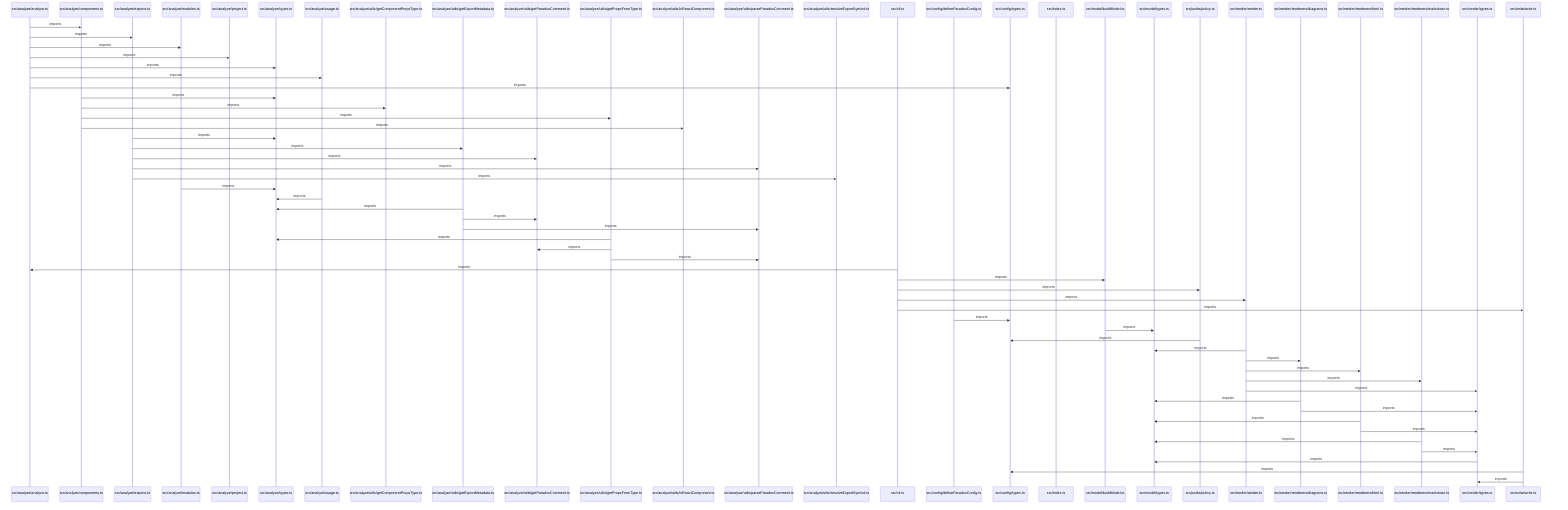
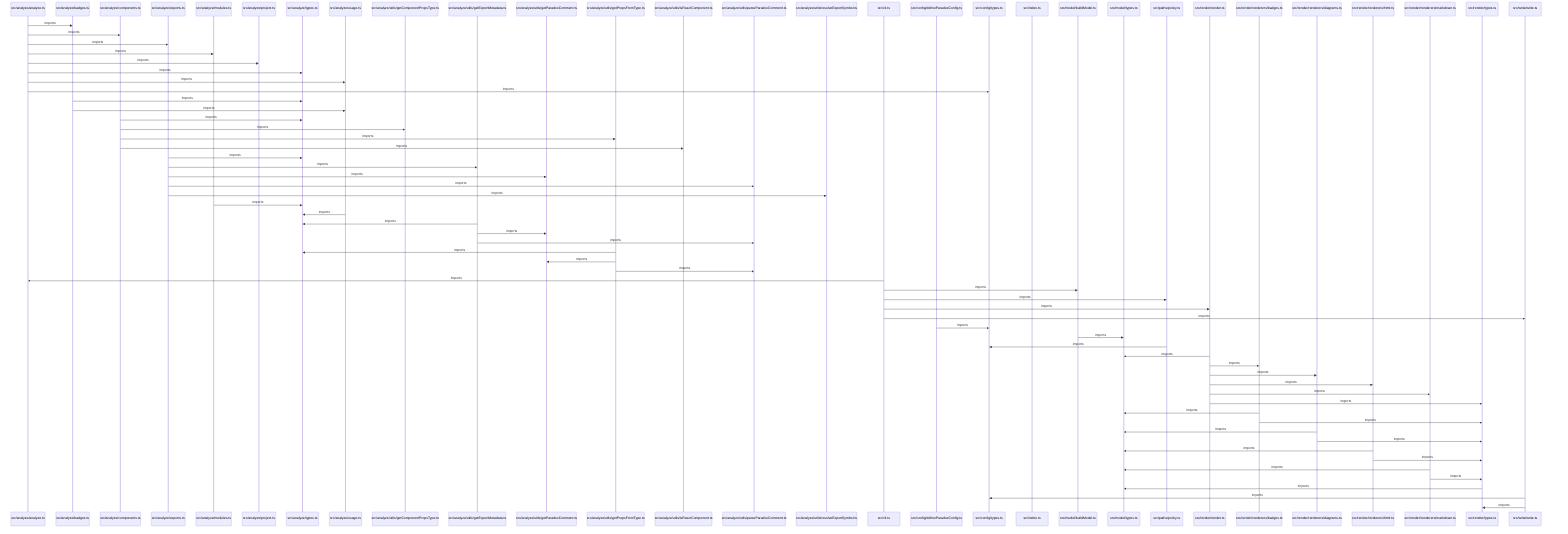
sequenceDiagram
participant participant_src_analyze_analyze_ts as src/analyze/analyze.ts
+ participant participant_src_analyze_badges_ts as src/analyze/badges.ts
participant participant_src_analyze_components_ts as src/analyze/components.ts
participant participant_src_analyze_exports_ts as src/analyze/exports.ts
participant participant_src_analyze_modules_ts as src/analyze/modules.ts
participant participant_src_analyze_project_ts as src/analyze/project.ts
participant participant_src_analyze_types_ts as src/analyze/types.ts
participant participant_src_analyze_usage_ts as src/analyze/usage.ts
participant participant_src_analyze_utils_getComponentPropsType_ts as src/analyze/utils/getComponentPropsType.ts
participant participant_src_analyze_utils_getExportMetadata_ts as src/analyze/utils/getExportMetadata.ts
participant participant_src_analyze_utils_getParadoxComment_ts as src/analyze/utils/getParadoxComment.ts
participant participant_src_analyze_utils_getPropsFromType_ts as src/analyze/utils/getPropsFromType.ts
participant participant_src_analyze_utils_isReactComponent_ts as src/analyze/utils/isReactComponent.ts
participant participant_src_analyze_utils_parseParadoxComment_ts as src/analyze/utils/parseParadoxComment.ts
participant participant_src_analyze_utils_resolveExportSymbol_ts as src/analyze/utils/resolveExportSymbol.ts
participant participant_src_cli_ts as src/cli.ts
participant participant_src_config_defineParadoxConfig_ts as src/config/defineParadoxConfig.ts
participant participant_src_config_types_ts as src/config/types.ts
participant participant_src_index_ts as src/index.ts
participant participant_src_model_buildModel_ts as src/model/buildModel.ts
participant participant_src_model_types_ts as src/model/types.ts
participant participant_src_paths_policy_ts as src/paths/policy.ts
participant participant_src_render_render_ts as src/render/render.ts
+ participant participant_src_render_renderers_badges_ts as src/render/renderers/badges.ts
participant participant_src_render_renderers_diagrams_ts as src/render/renderers/diagrams.ts
participant participant_src_render_renderers_html_ts as src/render/renderers/html.ts
participant participant_src_render_renderers_markdown_ts as src/render/renderers/markdown.ts
participant participant_src_render_types_ts as src/render/types.ts
participant participant_src_write_write_ts as src/write/write.ts
+   participant_src_analyze_analyze_ts->>participant_src_analyze_badges_ts: imports
  participant_src_analyze_analyze_ts->>participant_src_analyze_components_ts: imports
  participant_src_analyze_analyze_ts->>participant_src_analyze_exports_ts: imports
  participant_src_analyze_analyze_ts->>participant_src_analyze_modules_ts: imports
  participant_src_analyze_analyze_ts->>participant_src_analyze_project_ts: imports
  participant_src_analyze_analyze_ts->>participant_src_analyze_types_ts: imports
  participant_src_analyze_analyze_ts->>participant_src_analyze_usage_ts: imports
  participant_src_analyze_analyze_ts->>participant_src_config_types_ts: imports
+   participant_src_analyze_badges_ts->>participant_src_analyze_types_ts: imports
+   participant_src_analyze_badges_ts->>participant_src_analyze_usage_ts: imports
  participant_src_analyze_components_ts->>participant_src_analyze_types_ts: imports
  participant_src_analyze_components_ts->>participant_src_analyze_utils_getComponentPropsType_ts: imports
  participant_src_analyze_components_ts->>participant_src_analyze_utils_getPropsFromType_ts: imports
  participant_src_analyze_components_ts->>participant_src_analyze_utils_isReactComponent_ts: imports
  participant_src_analyze_exports_ts->>participant_src_analyze_types_ts: imports
  participant_src_analyze_exports_ts->>participant_src_analyze_utils_getExportMetadata_ts: imports
  participant_src_analyze_exports_ts->>participant_src_analyze_utils_getParadoxComment_ts: imports
  participant_src_analyze_exports_ts->>participant_src_analyze_utils_parseParadoxComment_ts: imports
  participant_src_analyze_exports_ts->>participant_src_analyze_utils_resolveExportSymbol_ts: imports
  participant_src_analyze_modules_ts->>participant_src_analyze_types_ts: imports
  participant_src_analyze_usage_ts->>participant_src_analyze_types_ts: imports
  participant_src_analyze_utils_getExportMetadata_ts->>participant_src_analyze_types_ts: imports
  participant_src_analyze_utils_getExportMetadata_ts->>participant_src_analyze_utils_getParadoxComment_ts: imports
  participant_src_analyze_utils_getExportMetadata_ts->>participant_src_analyze_utils_parseParadoxComment_ts: imports
  participant_src_analyze_utils_getPropsFromType_ts->>participant_src_analyze_types_ts: imports
  participant_src_analyze_utils_getPropsFromType_ts->>participant_src_analyze_utils_getParadoxComment_ts: imports
  participant_src_analyze_utils_getPropsFromType_ts->>participant_src_analyze_utils_parseParadoxComment_ts: imports
  participant_src_cli_ts->>participant_src_analyze_analyze_ts: imports
  participant_src_cli_ts->>participant_src_model_buildModel_ts: imports
  participant_src_cli_ts->>participant_src_paths_policy_ts: imports
  participant_src_cli_ts->>participant_src_render_render_ts: imports
  participant_src_cli_ts->>participant_src_write_write_ts: imports
  participant_src_config_defineParadoxConfig_ts->>participant_src_config_types_ts: imports
  participant_src_model_buildModel_ts->>participant_src_model_types_ts: imports
  participant_src_paths_policy_ts->>participant_src_config_types_ts: imports
  participant_src_render_render_ts->>participant_src_model_types_ts: imports
+   participant_src_render_render_ts->>participant_src_render_renderers_badges_ts: imports
  participant_src_render_render_ts->>participant_src_render_renderers_diagrams_ts: imports
  participant_src_render_render_ts->>participant_src_render_renderers_html_ts: imports
  participant_src_render_render_ts->>participant_src_render_renderers_markdown_ts: imports
  participant_src_render_render_ts->>participant_src_render_types_ts: imports
+   participant_src_render_renderers_badges_ts->>participant_src_model_types_ts: imports
+   participant_src_render_renderers_badges_ts->>participant_src_render_types_ts: imports
  participant_src_render_renderers_diagrams_ts->>participant_src_model_types_ts: imports
  participant_src_render_renderers_diagrams_ts->>participant_src_render_types_ts: imports
  participant_src_render_renderers_html_ts->>participant_src_model_types_ts: imports
  participant_src_render_renderers_html_ts->>participant_src_render_types_ts: imports
  participant_src_render_renderers_markdown_ts->>participant_src_model_types_ts: imports
  participant_src_render_renderers_markdown_ts->>participant_src_render_types_ts: imports
  participant_src_render_types_ts->>participant_src_model_types_ts: imports
  participant_src_write_write_ts->>participant_src_config_types_ts: imports
  participant_src_write_write_ts->>participant_src_render_types_ts: imports
